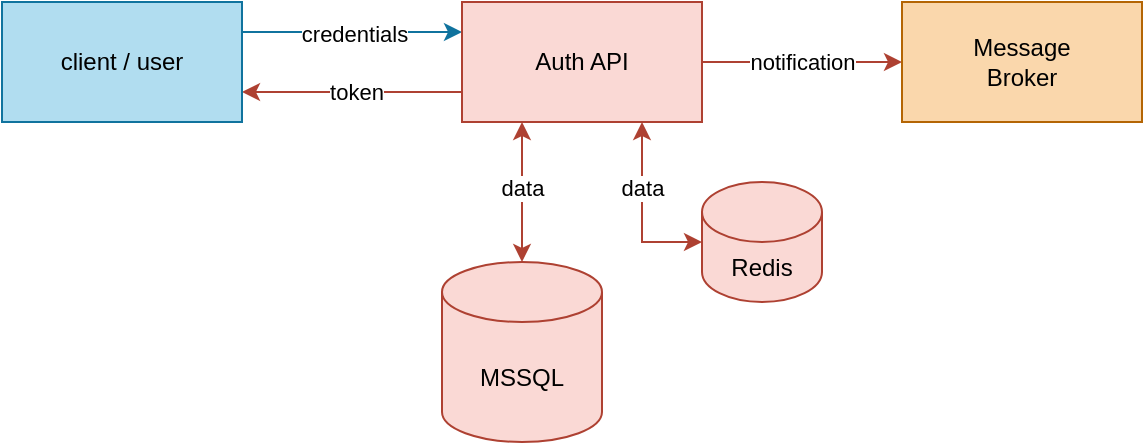
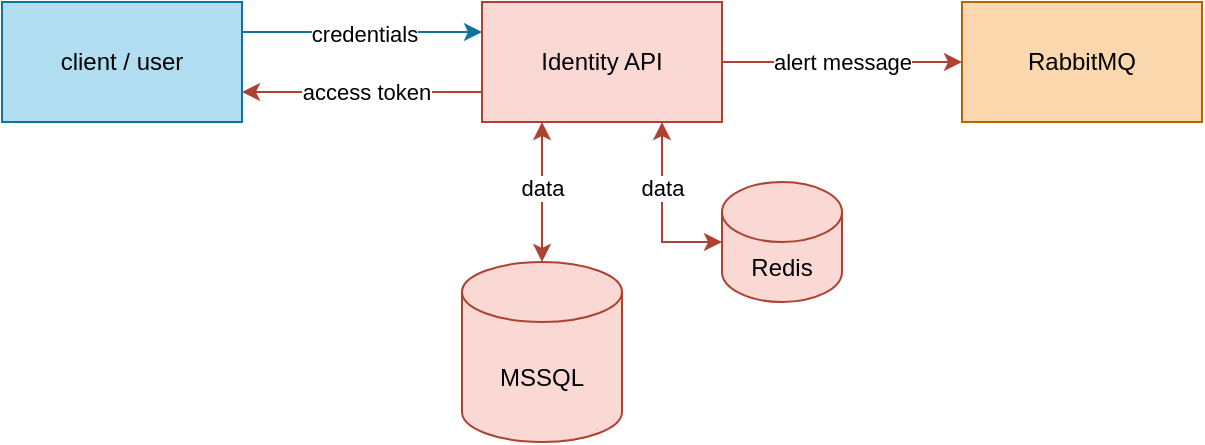
- <mxfile host="app.diagrams.net" agent="Mozilla/5.0 (Windows NT 10.0; Win64; x64; rv:147.0) Gecko/20100101 Firefox/147.0" version="29.3.6">
+ <mxfile host="app.diagrams.net" agent="Mozilla/5.0 (Windows NT 10.0; Win64; x64; rv:147.0) Gecko/20100101 Firefox/147.0">
  <diagram name="Page-1" id="YERAr8GsgPKBIJDpgwTV">
-     <mxGraphModel dx="1042" dy="535" grid="1" gridSize="10" guides="1" tooltips="1" connect="1" arrows="1" fold="1" page="1" pageScale="1" pageWidth="2000" pageHeight="2000" background="none" math="0" shadow="0">
+     <mxGraphModel dx="975" dy="518" grid="1" gridSize="10" guides="1" tooltips="1" connect="1" arrows="1" fold="1" page="1" pageScale="1" pageWidth="2000" pageHeight="2000" background="none" math="0" shadow="0">
      <root>
        <mxCell id="0" />
        <mxCell id="1" parent="0" />
        <mxCell id="2hW7fFKVQDX4X5Vv7pmV-5" edge="1" parent="1" source="2hW7fFKVQDX4X5Vv7pmV-12" style="rounded=0;orthogonalLoop=1;jettySize=auto;html=1;entryX=0;entryY=0.25;entryDx=0;entryDy=0;exitX=1;exitY=0.25;exitDx=0;exitDy=0;fillColor=#b1ddf0;strokeColor=#10739e;" target="2hW7fFKVQDX4X5Vv7pmV-4" value="">
          <mxGeometry relative="1" as="geometry">
            <mxPoint x="270.00427124746193" y="41.7157287525381" as="sourcePoint" />
          </mxGeometry>
        </mxCell>
        <mxCell id="2hW7fFKVQDX4X5Vv7pmV-8" connectable="0" parent="2hW7fFKVQDX4X5Vv7pmV-5" style="edgeLabel;html=1;align=center;verticalAlign=middle;resizable=0;points=[];" value="credentials" vertex="1">
          <mxGeometry relative="1" x="0.0082" y="-1" as="geometry">
            <mxPoint as="offset" />
          </mxGeometry>
        </mxCell>
        <mxCell id="2hW7fFKVQDX4X5Vv7pmV-9" edge="1" parent="1" source="2hW7fFKVQDX4X5Vv7pmV-4" style="rounded=0;orthogonalLoop=1;jettySize=auto;html=1;exitX=0;exitY=0.75;exitDx=0;exitDy=0;entryX=1;entryY=0.75;entryDx=0;entryDy=0;fillColor=#fad9d5;strokeColor=#ae4132;" target="2hW7fFKVQDX4X5Vv7pmV-12">
          <mxGeometry relative="1" as="geometry">
            <mxPoint x="270.00427124746193" y="98.2842712474619" as="targetPoint" />
          </mxGeometry>
        </mxCell>
-         <mxCell id="2hW7fFKVQDX4X5Vv7pmV-13" connectable="0" parent="2hW7fFKVQDX4X5Vv7pmV-9" style="edgeLabel;html=1;align=center;verticalAlign=middle;resizable=0;points=[];" value="token" vertex="1">
+         <mxCell id="2hW7fFKVQDX4X5Vv7pmV-13" connectable="0" parent="2hW7fFKVQDX4X5Vv7pmV-9" style="edgeLabel;html=1;align=center;verticalAlign=middle;resizable=0;points=[];" value="access token" vertex="1">
          <mxGeometry relative="1" x="-0.0325" as="geometry">
            <mxPoint as="offset" />
          </mxGeometry>
        </mxCell>
        <mxCell id="2hW7fFKVQDX4X5Vv7pmV-15" edge="1" parent="1" source="2hW7fFKVQDX4X5Vv7pmV-4" style="edgeStyle=orthogonalEdgeStyle;rounded=0;orthogonalLoop=1;jettySize=auto;html=1;entryX=0;entryY=0.5;entryDx=0;entryDy=0;fillColor=#fad9d5;strokeColor=#ae4132;" target="2hW7fFKVQDX4X5Vv7pmV-16" value="">
          <mxGeometry relative="1" as="geometry">
-             <mxPoint x="490" y="70" as="targetPoint" />
+             <mxPoint x="500" y="70" as="targetPoint" />
          </mxGeometry>
        </mxCell>
-         <mxCell id="2hW7fFKVQDX4X5Vv7pmV-17" connectable="0" parent="2hW7fFKVQDX4X5Vv7pmV-15" style="edgeLabel;html=1;align=center;verticalAlign=middle;resizable=0;points=[];" value="notification" vertex="1">
+         <mxCell id="2hW7fFKVQDX4X5Vv7pmV-17" connectable="0" parent="2hW7fFKVQDX4X5Vv7pmV-15" style="edgeLabel;html=1;align=center;verticalAlign=middle;resizable=0;points=[];" value="alert message" vertex="1">
          <mxGeometry relative="1" x="-0.008" as="geometry">
            <mxPoint as="offset" />
          </mxGeometry>
        </mxCell>
-         <mxCell id="2hW7fFKVQDX4X5Vv7pmV-18" edge="1" parent="1" source="2hW7fFKVQDX4X5Vv7pmV-4" style="edgeStyle=orthogonalEdgeStyle;rounded=0;orthogonalLoop=1;jettySize=auto;html=1;exitX=0.25;exitY=1;exitDx=0;exitDy=0;fillColor=#fad9d5;strokeColor=#ae4132;startArrow=classic;startFill=1;" target="2hW7fFKVQDX4X5Vv7pmV-19">
+         <mxCell id="2hW7fFKVQDX4X5Vv7pmV-18" edge="1" parent="1" source="2hW7fFKVQDX4X5Vv7pmV-4" style="edgeStyle=orthogonalEdgeStyle;rounded=0;orthogonalLoop=1;jettySize=auto;html=1;exitX=0.25;exitY=1;exitDx=0;exitDy=0;fillColor=#fad9d5;strokeColor=#ae4132;startArrow=classic;startFill=1;entryX=0.5;entryY=0;entryDx=0;entryDy=0;entryPerimeter=0;" target="2hW7fFKVQDX4X5Vv7pmV-19">
          <mxGeometry relative="1" as="geometry">
-             <mxPoint x="300" y="150" as="targetPoint" />
+             <mxPoint x="310" y="170" as="targetPoint" />
          </mxGeometry>
        </mxCell>
        <mxCell id="2hW7fFKVQDX4X5Vv7pmV-23" connectable="0" parent="2hW7fFKVQDX4X5Vv7pmV-18" style="edgeLabel;html=1;align=center;verticalAlign=middle;resizable=0;points=[];" value="data" vertex="1">
          <mxGeometry relative="1" x="-0.072" as="geometry">
            <mxPoint as="offset" />
          </mxGeometry>
        </mxCell>
-         <mxCell id="2hW7fFKVQDX4X5Vv7pmV-4" parent="1" style="whiteSpace=wrap;html=1;fillColor=#fad9d5;strokeColor=#ae4132;" value="Auth API" vertex="1">
-           <mxGeometry height="60" width="120" x="270" y="40" as="geometry" />
+         <mxCell id="2hW7fFKVQDX4X5Vv7pmV-4" parent="1" style="whiteSpace=wrap;html=1;fillColor=#fad9d5;strokeColor=#ae4132;" value="Identity API" vertex="1">
+           <mxGeometry height="60" width="120" x="280" y="40" as="geometry" />
        </mxCell>
        <mxCell id="2hW7fFKVQDX4X5Vv7pmV-12" parent="1" style="rounded=0;whiteSpace=wrap;html=1;fillColor=#b1ddf0;strokeColor=#10739e;" value="client / user" vertex="1">
          <mxGeometry height="60" width="120" x="40" y="40" as="geometry" />
        </mxCell>
-         <mxCell id="2hW7fFKVQDX4X5Vv7pmV-16" parent="1" style="rounded=0;whiteSpace=wrap;html=1;fillColor=#fad7ac;strokeColor=#b46504;" value="&lt;div&gt;Message&lt;/div&gt;&lt;div&gt;Broker&lt;/div&gt;" vertex="1">
-           <mxGeometry height="60" width="120" x="490" y="40" as="geometry" />
+         <mxCell id="2hW7fFKVQDX4X5Vv7pmV-16" parent="1" style="rounded=0;whiteSpace=wrap;html=1;fillColor=#fad7ac;strokeColor=#b46504;" value="RabbitMQ" vertex="1">
+           <mxGeometry height="60" width="120" x="520" y="40" as="geometry" />
        </mxCell>
        <mxCell id="2hW7fFKVQDX4X5Vv7pmV-19" parent="1" style="shape=cylinder3;whiteSpace=wrap;html=1;boundedLbl=1;backgroundOutline=1;size=15;fillColor=#fad9d5;strokeColor=#ae4132;" value="MSSQL" vertex="1">
-           <mxGeometry height="90" width="80" x="260" y="170" as="geometry" />
+           <mxGeometry height="90" width="80" x="270" y="170" as="geometry" />
        </mxCell>
        <mxCell id="2hW7fFKVQDX4X5Vv7pmV-21" parent="1" style="shape=cylinder3;whiteSpace=wrap;html=1;boundedLbl=1;backgroundOutline=1;size=15;fillColor=#fad9d5;strokeColor=#ae4132;" value="Redis" vertex="1">
-           <mxGeometry height="60" width="60" x="390" y="130" as="geometry" />
+           <mxGeometry height="60" width="60" x="400" y="130" as="geometry" />
        </mxCell>
        <mxCell id="2hW7fFKVQDX4X5Vv7pmV-22" edge="1" parent="1" source="2hW7fFKVQDX4X5Vv7pmV-4" style="edgeStyle=orthogonalEdgeStyle;rounded=0;orthogonalLoop=1;jettySize=auto;html=1;exitX=0.75;exitY=1;exitDx=0;exitDy=0;entryX=0;entryY=0.5;entryDx=0;entryDy=0;entryPerimeter=0;fillColor=#fad9d5;strokeColor=#ae4132;startArrow=classic;startFill=1;" target="2hW7fFKVQDX4X5Vv7pmV-21">
          <mxGeometry relative="1" as="geometry" />
        </mxCell>
        <mxCell id="2hW7fFKVQDX4X5Vv7pmV-25" connectable="0" parent="2hW7fFKVQDX4X5Vv7pmV-22" style="edgeLabel;html=1;align=center;verticalAlign=middle;resizable=0;points=[];" value="data" vertex="1">
          <mxGeometry relative="1" x="-0.2622" as="geometry">
            <mxPoint as="offset" />
          </mxGeometry>
        </mxCell>
      </root>
    </mxGraphModel>
  </diagram>
</mxfile>
